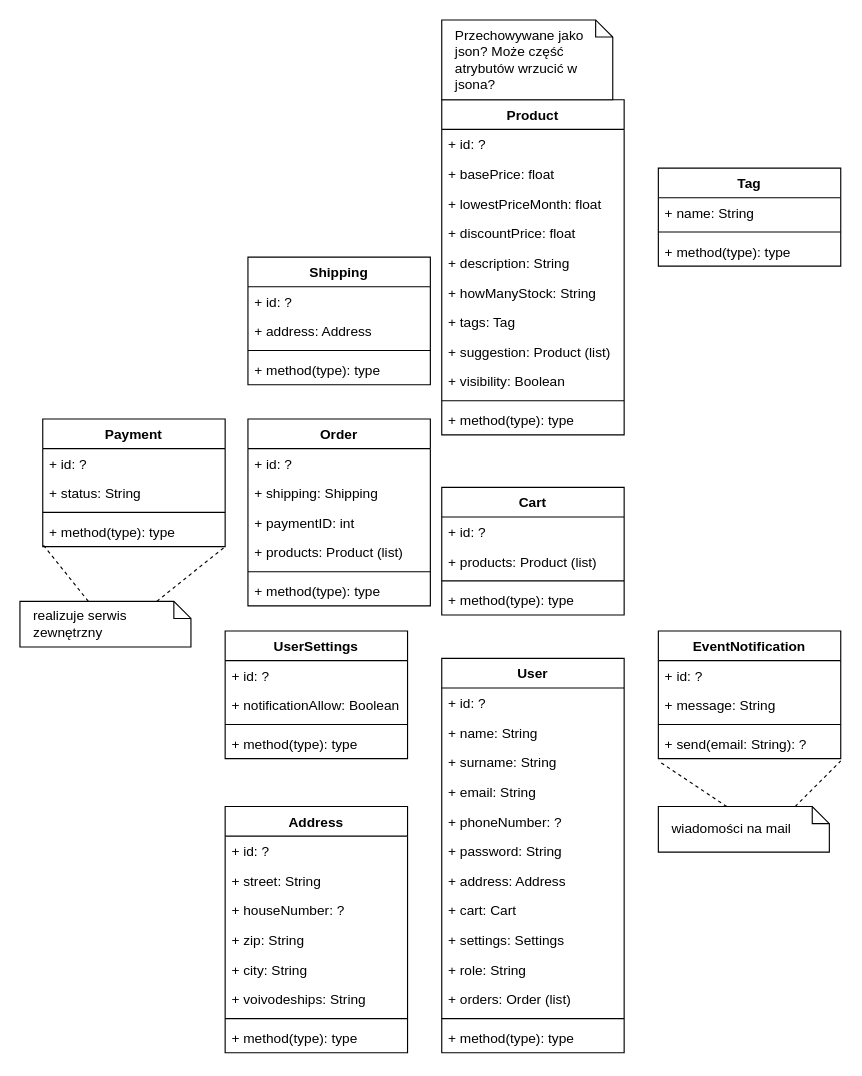
Earlier version of the draw.io diagram Diagram bez tytułu.drawio (Wadowski-Mateusz/TO_project). Source tidied: cells renumbered, new cells numbered last; positions are measured from the earlier drawing's top-left corner, leaving out a move shared by most shapes. Both pictures are drawn from the tidied source at 114%, with x=0, y=0 at pixel (19, 19).
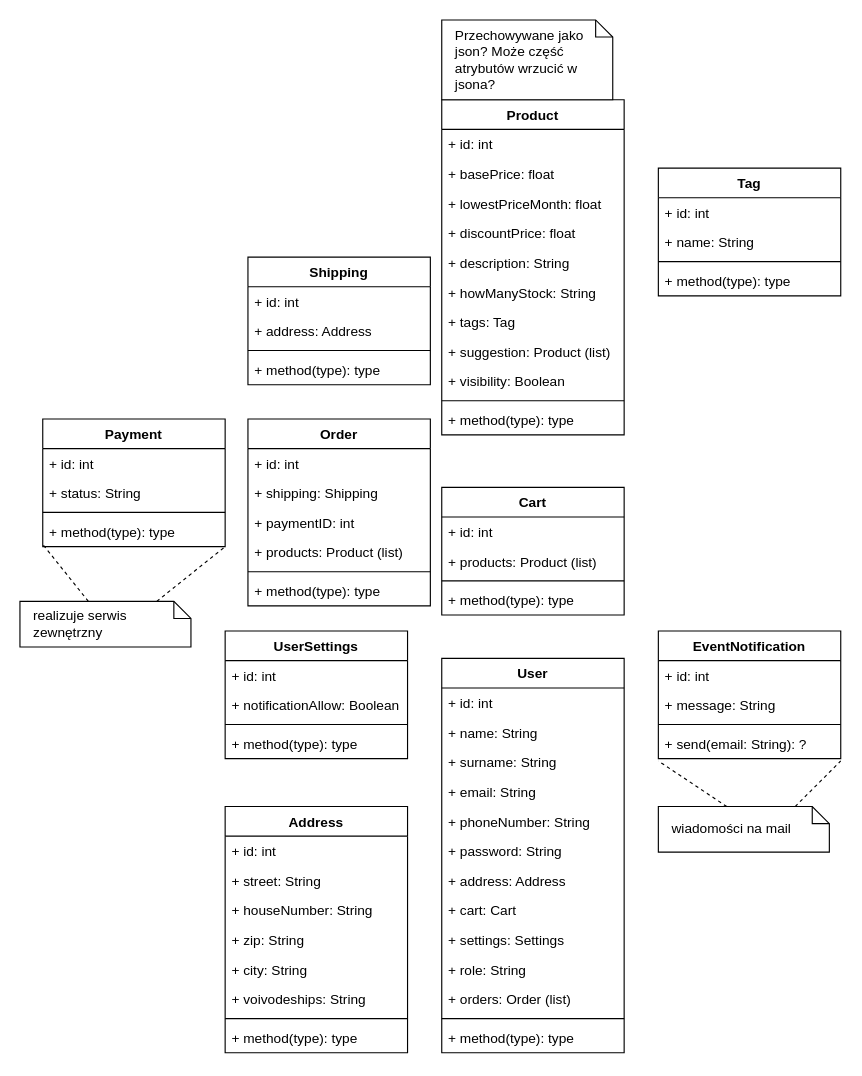
The same diagram, later.

Unchanged cells that the change refers to:
```xml
<mxCell id="2" value="User" style="swimlane;fontStyle=1;align=center;verticalAlign=top;horizontal=1;startSize=26;" parent="1" vertex="1">
  <mxGeometry x="370" y="560" width="160" height="346" as="geometry" />
</mxCell>
<mxCell id="16" value="Product" style="swimlane;fontStyle=1;align=center;verticalAlign=top;horizontal=1;startSize=26;" parent="1" vertex="1">
  <mxGeometry x="370" y="70" width="160" height="294" as="geometry" />
</mxCell>
<mxCell id="28" value="Cart" style="swimlane;fontStyle=1;align=center;verticalAlign=top;horizontal=1;startSize=26;" parent="1" vertex="1">
  <mxGeometry x="370" y="410" width="160" height="112" as="geometry" />
</mxCell>
<mxCell id="33" value="EventNotification" style="swimlane;fontStyle=1;align=center;verticalAlign=top;horizontal=1;startSize=26;" parent="1" vertex="1">
  <mxGeometry x="560" y="536" width="160" height="112" as="geometry" />
</mxCell>
<mxCell id="38" value="Address" style="swimlane;fontStyle=1;align=center;verticalAlign=top;horizontal=1;startSize=26;" parent="1" vertex="1">
  <mxGeometry x="180" y="690" width="160" height="216" as="geometry" />
</mxCell>
<mxCell id="47" value="UserSettings" style="swimlane;fontStyle=1;align=center;verticalAlign=top;horizontal=1;startSize=26;" parent="1" vertex="1">
  <mxGeometry x="180" y="536" width="160" height="112" as="geometry" />
</mxCell>
<mxCell id="52" value="Payment" style="swimlane;fontStyle=1;align=center;verticalAlign=top;horizontal=1;startSize=26;" parent="1" vertex="1">
  <mxGeometry x="20" y="350" width="160" height="112" as="geometry" />
</mxCell>
<mxCell id="57" value="Shipping" style="swimlane;fontStyle=1;align=center;verticalAlign=top;horizontal=1;startSize=26;" parent="1" vertex="1">
  <mxGeometry x="200" y="208" width="160" height="112" as="geometry" />
</mxCell>
<mxCell id="65" value="Order" style="swimlane;fontStyle=1;align=center;verticalAlign=top;horizontal=1;startSize=26;" parent="1" vertex="1">
  <mxGeometry x="200" y="350" width="160" height="164" as="geometry" />
</mxCell>
```

Diff of the diagram source:
```diff
@@
-    <mxCell id="3" value="+ id: ?" style="text;strokeColor=none;fillColor=none;align=left;verticalAlign=top;spacingLeft=4;spacingRight=4;overflow=hidden;" parent="2" vertex="1">
-      <mxGeometry y="26" width="160" height="26" as="geometry" />
-    </mxCell>
+    <mxCell id="80" value="+ id: int&#10;" style="text;strokeColor=none;fillColor=none;align=left;verticalAlign=top;spacingLeft=4;spacingRight=4;overflow=hidden;" parent="2" vertex="1">
+      <mxGeometry y="26" width="160" height="26" as="geometry" />
+    </mxCell>
@@
-    <mxCell id="7" value="+ phoneNumber: ?" style="text;strokeColor=none;fillColor=none;align=left;verticalAlign=top;spacingLeft=4;spacingRight=4;overflow=hidden;" parent="2" vertex="1">
+    <mxCell id="7" value="+ phoneNumber: String" style="text;strokeColor=none;fillColor=none;align=left;verticalAlign=top;spacingLeft=4;spacingRight=4;overflow=hidden;" parent="2" vertex="1">
       <mxGeometry y="130" width="160" height="26" as="geometry" />
     </mxCell>
@@
-    <mxCell id="17" value="+ id: ?" style="text;strokeColor=none;fillColor=none;align=left;verticalAlign=top;spacingLeft=4;spacingRight=4;overflow=hidden;" parent="16" vertex="1">
-      <mxGeometry y="26" width="160" height="26" as="geometry" />
-    </mxCell>
+    <mxCell id="81" value="+ id: int&#10;" style="text;strokeColor=none;fillColor=none;align=left;verticalAlign=top;spacingLeft=4;spacingRight=4;overflow=hidden;" parent="16" vertex="1">
+      <mxGeometry y="26" width="160" height="26" as="geometry" />
+    </mxCell>
@@
-    <mxCell id="29" value="+ id: ?" style="text;strokeColor=none;fillColor=none;align=left;verticalAlign=top;spacingLeft=4;spacingRight=4;overflow=hidden;" parent="28" vertex="1">
-      <mxGeometry y="26" width="160" height="26" as="geometry" />
-    </mxCell>
+    <mxCell id="82" value="+ id: int&#10;" style="text;strokeColor=none;fillColor=none;align=left;verticalAlign=top;spacingLeft=4;spacingRight=4;overflow=hidden;" parent="28" vertex="1">
+      <mxGeometry y="26" width="160" height="26" as="geometry" />
+    </mxCell>
@@
-    <mxCell id="34" value="+ id: ?" style="text;strokeColor=none;fillColor=none;align=left;verticalAlign=top;spacingLeft=4;spacingRight=4;overflow=hidden;" parent="33" vertex="1">
-      <mxGeometry y="26" width="160" height="26" as="geometry" />
-    </mxCell>
+    <mxCell id="83" value="+ id: int&#10;" style="text;strokeColor=none;fillColor=none;align=left;verticalAlign=top;spacingLeft=4;spacingRight=4;overflow=hidden;" parent="33" vertex="1">
+      <mxGeometry y="26" width="160" height="26" as="geometry" />
+    </mxCell>
@@
-    <mxCell id="39" value="+ id: ?" style="text;strokeColor=none;fillColor=none;align=left;verticalAlign=top;spacingLeft=4;spacingRight=4;overflow=hidden;" parent="38" vertex="1">
-      <mxGeometry y="26" width="160" height="26" as="geometry" />
-    </mxCell>
+    <mxCell id="84" value="+ id: int&#10;" style="text;strokeColor=none;fillColor=none;align=left;verticalAlign=top;spacingLeft=4;spacingRight=4;overflow=hidden;" parent="38" vertex="1">
+      <mxGeometry y="26" width="160" height="26" as="geometry" />
+    </mxCell>
@@
-    <mxCell id="41" value="+ houseNumber: ?" style="text;strokeColor=none;fillColor=none;align=left;verticalAlign=top;spacingLeft=4;spacingRight=4;overflow=hidden;" parent="38" vertex="1">
+    <mxCell id="41" value="+ houseNumber: String" style="text;strokeColor=none;fillColor=none;align=left;verticalAlign=top;spacingLeft=4;spacingRight=4;overflow=hidden;" parent="38" vertex="1">
       <mxGeometry y="78" width="160" height="26" as="geometry" />
     </mxCell>
@@
-    <mxCell id="48" value="+ id: ?" style="text;strokeColor=none;fillColor=none;align=left;verticalAlign=top;spacingLeft=4;spacingRight=4;overflow=hidden;" parent="47" vertex="1">
-      <mxGeometry y="26" width="160" height="26" as="geometry" />
-    </mxCell>
+    <mxCell id="85" value="+ id: int&#10;" style="text;strokeColor=none;fillColor=none;align=left;verticalAlign=top;spacingLeft=4;spacingRight=4;overflow=hidden;" parent="47" vertex="1">
+      <mxGeometry y="26" width="160" height="26" as="geometry" />
+    </mxCell>
@@
-    <mxCell id="53" value="+ id: ?" style="text;strokeColor=none;fillColor=none;align=left;verticalAlign=top;spacingLeft=4;spacingRight=4;overflow=hidden;" parent="52" vertex="1">
+    <mxCell id="53" value="+ id: int" style="text;strokeColor=none;fillColor=none;align=left;verticalAlign=top;spacingLeft=4;spacingRight=4;overflow=hidden;" parent="52" vertex="1">
       <mxGeometry y="26" width="160" height="26" as="geometry" />
     </mxCell>
@@
-    <mxCell id="58" value="+ id: ?" style="text;strokeColor=none;fillColor=none;align=left;verticalAlign=top;spacingLeft=4;spacingRight=4;overflow=hidden;" parent="57" vertex="1">
-      <mxGeometry y="26" width="160" height="26" as="geometry" />
-    </mxCell>
+    <mxCell id="86" value="+ id: int&#10;" style="text;strokeColor=none;fillColor=none;align=left;verticalAlign=top;spacingLeft=4;spacingRight=4;overflow=hidden;" parent="57" vertex="1">
+      <mxGeometry y="26" width="160" height="26" as="geometry" />
+    </mxCell>
@@
-    <mxCell id="66" value="+ id: ?" style="text;strokeColor=none;fillColor=none;align=left;verticalAlign=top;spacingLeft=4;spacingRight=4;overflow=hidden;" parent="65" vertex="1">
-      <mxGeometry y="26" width="160" height="26" as="geometry" />
-    </mxCell>
+    <mxCell id="87" value="+ id: int&#10;" style="text;strokeColor=none;fillColor=none;align=left;verticalAlign=top;spacingLeft=4;spacingRight=4;overflow=hidden;" parent="65" vertex="1">
+      <mxGeometry y="26" width="160" height="26" as="geometry" />
+    </mxCell>
@@
     <mxCell id="76" value="Tag" style="swimlane;fontStyle=1;align=center;verticalAlign=top;horizontal=1;startSize=26;" parent="1" vertex="1">
-      <mxGeometry x="560" y="130" width="160" height="86" as="geometry" />
+      <mxGeometry x="560" y="130" width="160" height="112" as="geometry" />
     </mxCell>
+    <mxCell id="58" value="+ id: int&#10;" style="text;strokeColor=none;fillColor=none;align=left;verticalAlign=top;spacingLeft=4;spacingRight=4;overflow=hidden;" parent="76" vertex="1">
+      <mxGeometry y="26" width="160" height="26" as="geometry" />
+    </mxCell>
     <mxCell id="77" value="+ name: String" style="text;strokeColor=none;fillColor=none;align=left;verticalAlign=top;spacingLeft=4;spacingRight=4;overflow=hidden;" parent="76" vertex="1">
-      <mxGeometry y="26" width="160" height="26" as="geometry" />
+      <mxGeometry y="52" width="160" height="26" as="geometry" />
     </mxCell>
     <mxCell id="78" style="line;strokeWidth=1;fillColor=none;align=left;verticalAlign=middle;spacingTop=-1;spacingLeft=3;spacingRight=3;labelPosition=right;strokeColor=inherit;" parent="76" vertex="1">
-      <mxGeometry y="52" width="160" height="8" as="geometry" />
+      <mxGeometry y="78" width="160" height="8" as="geometry" />
     </mxCell>
     <mxCell id="79" value="+ method(type): type" style="text;strokeColor=none;fillColor=none;align=left;verticalAlign=top;spacingLeft=4;spacingRight=4;overflow=hidden;" parent="76" vertex="1">
-      <mxGeometry y="60" width="160" height="26" as="geometry" />
+      <mxGeometry y="86" width="160" height="26" as="geometry" />
     </mxCell>
```
